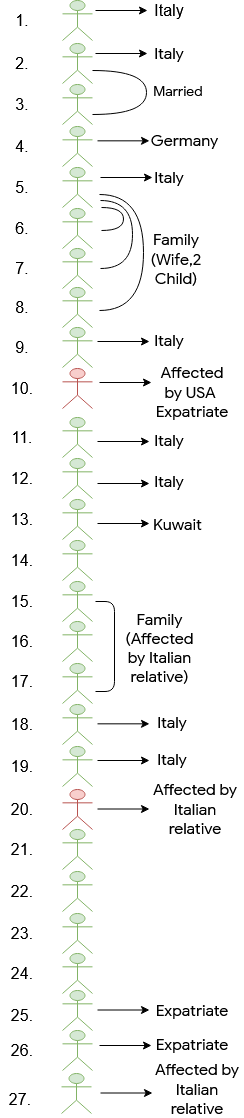
Earlier version of the draw.io export assets/img/CoronaInfo.PNG (TeamTigers/coronainfobd). Source tidied: cells renumbered, new cells last; positions are measured from the earlier drawing's top-left corner, leaving out a move shared by most shapes.
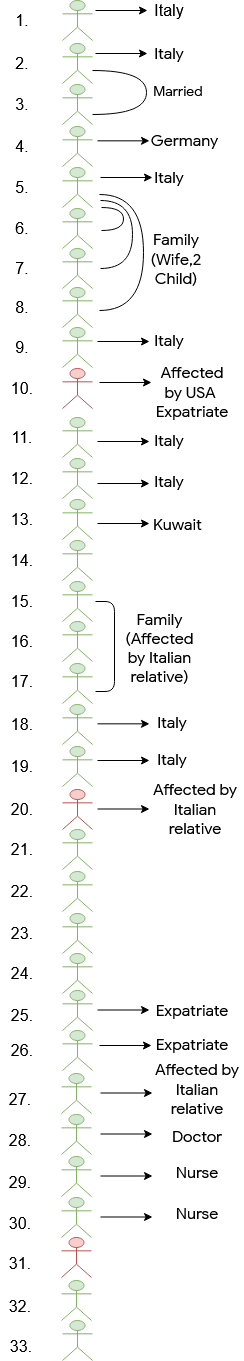
Above is the later version.

The edit, as a diff of the source:
```diff
@@ -361,5 +361,68 @@
     <mxCell id="94" value="&lt;font style=&quot;font-size: 16px&quot;&gt;Expatriate&lt;/font&gt;" style="text;html=1;strokeColor=none;fillColor=none;align=center;verticalAlign=middle;whiteSpace=wrap;rounded=0;fontFamily=Google Sans;" parent="1" vertex="1">
       <mxGeometry x="157.5" y="994" width="68" height="32" as="geometry" />
     </mxCell>
+    <mxCell id="95" style="shape=umlActor;verticalLabelPosition=bottom;labelBackgroundColor=#ffffff;verticalAlign=top;html=1;fillColor=#d5e8d4;strokeColor=#82b366;" parent="1" vertex="1">
+      <mxGeometry x="61" y="1114" width="30" height="40" as="geometry" />
+    </mxCell>
+    <mxCell id="96" value="&lt;font style=&quot;font-size: 16px&quot;&gt;28.&lt;/font&gt;" style="text;html=1;strokeColor=none;fillColor=none;align=center;verticalAlign=middle;whiteSpace=wrap;rounded=0;" parent="1" vertex="1">
+      <mxGeometry y="1130" width="40" height="20" as="geometry" />
+    </mxCell>
+    <mxCell id="97" value="&lt;font style=&quot;font-size: 16px&quot;&gt;Doctor&lt;/font&gt;" style="text;html=1;strokeColor=none;fillColor=none;align=center;verticalAlign=middle;whiteSpace=wrap;rounded=0;fontFamily=Google Sans;" parent="1" vertex="1">
+      <mxGeometry x="151" y="1107" width="92" height="57" as="geometry" />
+    </mxCell>
+    <mxCell id="98" style="endArrow=classic;html=1;" parent="1" edge="1">
+      <mxGeometry relative="1" as="geometry">
+        <mxPoint x="100" y="1133.5" as="sourcePoint" />
+        <mxPoint x="152" y="1133.5" as="targetPoint" />
+      </mxGeometry>
+    </mxCell>
+    <mxCell id="99" style="shape=umlActor;verticalLabelPosition=bottom;labelBackgroundColor=#ffffff;verticalAlign=top;html=1;fillColor=#d5e8d4;strokeColor=#82b366;" parent="1" vertex="1">
+      <mxGeometry x="61" y="1156" width="30" height="40" as="geometry" />
+    </mxCell>
+    <mxCell id="100" value="&lt;font style=&quot;font-size: 16px&quot;&gt;29.&lt;/font&gt;" style="text;html=1;strokeColor=none;fillColor=none;align=center;verticalAlign=middle;whiteSpace=wrap;rounded=0;" parent="1" vertex="1">
+      <mxGeometry y="1172" width="40" height="20" as="geometry" />
+    </mxCell>
+    <mxCell id="101" value="&lt;font style=&quot;font-size: 16px&quot;&gt;Nurse&lt;br&gt;&lt;/font&gt;" style="text;html=1;strokeColor=none;fillColor=none;align=center;verticalAlign=middle;whiteSpace=wrap;rounded=0;fontFamily=Google Sans;" parent="1" vertex="1">
+      <mxGeometry x="151" y="1143" width="92" height="57" as="geometry" />
+    </mxCell>
+    <mxCell id="102" style="endArrow=classic;html=1;" parent="1" edge="1">
+      <mxGeometry relative="1" as="geometry">
+        <mxPoint x="100" y="1175.5" as="sourcePoint" />
+        <mxPoint x="152" y="1175.5" as="targetPoint" />
+      </mxGeometry>
+    </mxCell>
+    <mxCell id="103" style="shape=umlActor;verticalLabelPosition=bottom;labelBackgroundColor=#ffffff;verticalAlign=top;html=1;fillColor=#d5e8d4;strokeColor=#82b366;" parent="1" vertex="1">
+      <mxGeometry x="61" y="1197" width="30" height="40" as="geometry" />
+    </mxCell>
+    <mxCell id="104" value="&lt;font style=&quot;font-size: 16px&quot;&gt;30.&lt;/font&gt;" style="text;html=1;strokeColor=none;fillColor=none;align=center;verticalAlign=middle;whiteSpace=wrap;rounded=0;" parent="1" vertex="1">
+      <mxGeometry y="1213" width="40" height="20" as="geometry" />
+    </mxCell>
+    <mxCell id="105" value="&lt;font style=&quot;font-size: 16px&quot;&gt;Nurse&lt;br&gt;&lt;/font&gt;" style="text;html=1;strokeColor=none;fillColor=none;align=center;verticalAlign=middle;whiteSpace=wrap;rounded=0;fontFamily=Google Sans;" parent="1" vertex="1">
+      <mxGeometry x="151" y="1184" width="92" height="57" as="geometry" />
+    </mxCell>
+    <mxCell id="106" style="endArrow=classic;html=1;" parent="1" edge="1">
+      <mxGeometry relative="1" as="geometry">
+        <mxPoint x="100" y="1216.5" as="sourcePoint" />
+        <mxPoint x="152" y="1216.5" as="targetPoint" />
+      </mxGeometry>
+    </mxCell>
+    <mxCell id="107" style="shape=umlActor;verticalLabelPosition=bottom;labelBackgroundColor=#ffffff;verticalAlign=top;html=1;fillColor=#f8cecc;strokeColor=#b85450;" parent="1" vertex="1">
+      <mxGeometry x="61" y="1237" width="30" height="40" as="geometry" />
+    </mxCell>
+    <mxCell id="108" value="&lt;font style=&quot;font-size: 16px&quot;&gt;31.&lt;/font&gt;" style="text;html=1;strokeColor=none;fillColor=none;align=center;verticalAlign=middle;whiteSpace=wrap;rounded=0;" parent="1" vertex="1">
+      <mxGeometry y="1253" width="40" height="20" as="geometry" />
+    </mxCell>
+    <mxCell id="109" style="shape=umlActor;verticalLabelPosition=bottom;labelBackgroundColor=#ffffff;verticalAlign=top;html=1;fillColor=#d5e8d4;strokeColor=#82b366;" parent="1" vertex="1">
+      <mxGeometry x="61" y="1280" width="30" height="40" as="geometry" />
+    </mxCell>
+    <mxCell id="110" value="&lt;font style=&quot;font-size: 16px&quot;&gt;32.&lt;/font&gt;" style="text;html=1;strokeColor=none;fillColor=none;align=center;verticalAlign=middle;whiteSpace=wrap;rounded=0;" parent="1" vertex="1">
+      <mxGeometry y="1296" width="40" height="20" as="geometry" />
+    </mxCell>
+    <mxCell id="111" style="shape=umlActor;verticalLabelPosition=bottom;labelBackgroundColor=#ffffff;verticalAlign=top;html=1;fillColor=#d5e8d4;strokeColor=#82b366;" parent="1" vertex="1">
+      <mxGeometry x="62" y="1320" width="30" height="40" as="geometry" />
+    </mxCell>
+    <mxCell id="112" value="&lt;font style=&quot;font-size: 16px&quot;&gt;33.&lt;/font&gt;" style="text;html=1;strokeColor=none;fillColor=none;align=center;verticalAlign=middle;whiteSpace=wrap;rounded=0;" parent="1" vertex="1">
+      <mxGeometry x="1" y="1336" width="40" height="20" as="geometry" />
+    </mxCell>
   </root>
 </mxGraphModel>
```
